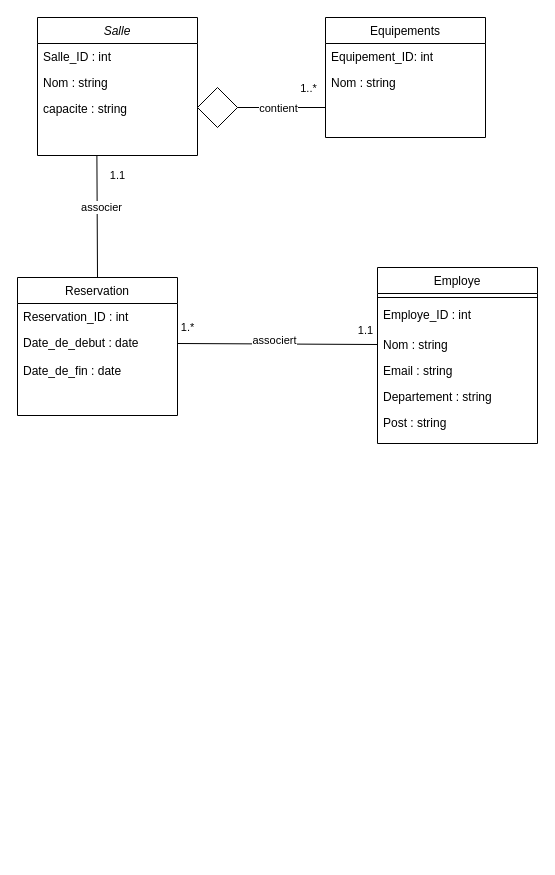
Above: Diagramme sans nom.drawio in Fatiroot/Bookify (draw.io), before the change. Source tidied: cells renumbered, new cells numbered last; positions are measured from the earlier drawing's top-left corner, leaving out a move shared by most shapes. Both pictures are drawn from the tidied source at 100%, with x=0, y=0 at pixel (17, 17).
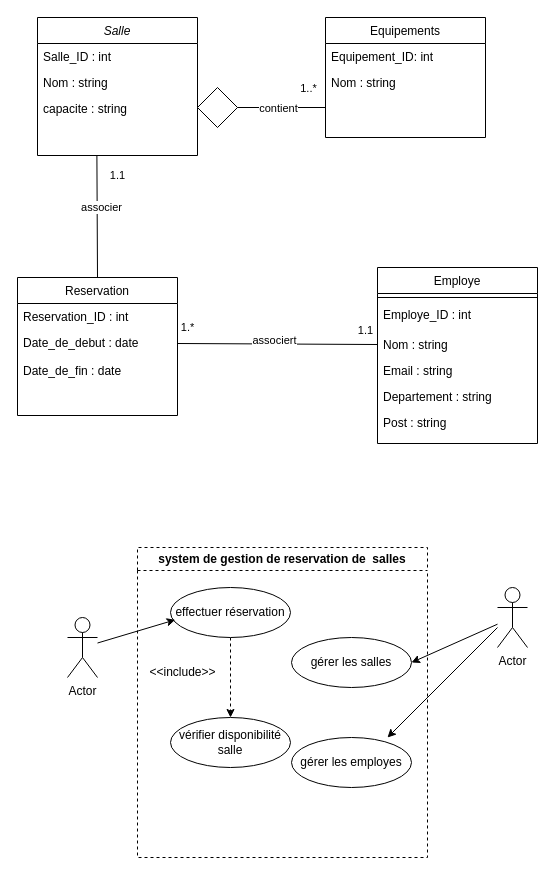
After the change.

Commit message:
Mettre à jour Diagramme de classe et diagramme de cas d'utilisation

Diff of the diagram source:
```diff
@@
+    <mxCell id="31" value="system de gestion de reservation de&amp;nbsp; salles" style="swimlane;whiteSpace=wrap;html=1;dashed=1;" parent="1" vertex="1">
+      <mxGeometry x="120" y="530" width="290" height="310" as="geometry" />
+    </mxCell>
+    <mxCell id="32" style="edgeStyle=orthogonalEdgeStyle;rounded=0;jettySize=auto;html=1;exitX=0.5;exitY=1;exitDx=0;exitDy=0;entryX=0.5;entryY=0;entryDx=0;entryDy=0;dashed=1;" parent="31" edge="1" source="33" target="34">
+      <mxGeometry relative="1" as="geometry" />
+    </mxCell>
+    <mxCell id="33" value="effectuer réservation" style="ellipse;whiteSpace=wrap;html=1;" parent="31" vertex="1">
+      <mxGeometry x="33" y="40" width="120" height="50" as="geometry" />
+    </mxCell>
+    <mxCell id="34" value="vérifier disponibilité salle" style="ellipse;whiteSpace=wrap;html=1;" parent="31" vertex="1">
+      <mxGeometry x="33" y="170" width="120" height="50" as="geometry" />
+    </mxCell>
+    <mxCell id="35" value="gérer les salles" style="ellipse;whiteSpace=wrap;html=1;" parent="31" vertex="1">
+      <mxGeometry x="154" y="90" width="120" height="50" as="geometry" />
+    </mxCell>
+    <mxCell id="36" value="gérer les employes" style="ellipse;whiteSpace=wrap;html=1;" parent="31" vertex="1">
+      <mxGeometry x="154" y="190" width="120" height="50" as="geometry" />
+    </mxCell>
+    <mxCell id="37" value="&amp;lt;&amp;lt;include&amp;gt;&amp;gt;" style="text;html=1;align=center;verticalAlign=middle;strokeColor=none;fillColor=none;" parent="31" vertex="1">
+      <mxGeometry y="110" width="90" height="30" as="geometry" />
+    </mxCell>
+    <mxCell id="38" value="Actor" style="shape=umlActor;verticalLabelPosition=bottom;verticalAlign=top;html=1;outlineConnect=0;" parent="1" vertex="1">
+      <mxGeometry x="50" y="600" width="30" height="60" as="geometry" />
+    </mxCell>
+    <mxCell id="39" value="Actor" style="shape=umlActor;verticalLabelPosition=bottom;verticalAlign=top;html=1;outlineConnect=0;" parent="1" vertex="1">
+      <mxGeometry x="480" y="570" width="30" height="60" as="geometry" />
+    </mxCell>
+    <mxCell id="40" style="endArrow=classic;html=1;rounded=0;entryX=1;entryY=0.5;entryDx=0;entryDy=0;" parent="1" edge="1" source="39" target="35">
+      <mxGeometry relative="1" as="geometry" />
+    </mxCell>
+    <mxCell id="41" style="endArrow=classic;html=1;rounded=0;entryX=0.039;entryY=0.647;entryDx=0;entryDy=0;entryPerimeter=0;" parent="1" edge="1" source="38" target="33">
+      <mxGeometry relative="1" as="geometry" />
+    </mxCell>
+    <mxCell id="42" style="endArrow=classic;html=1;rounded=0;entryX=0.8;entryY=0;entryDx=0;entryDy=0;entryPerimeter=0;" parent="1" edge="1" target="36">
+      <mxGeometry relative="1" as="geometry">
+        <mxPoint x="480" y="610" as="sourcePoint" />
+      </mxGeometry>
+    </mxCell>
```
